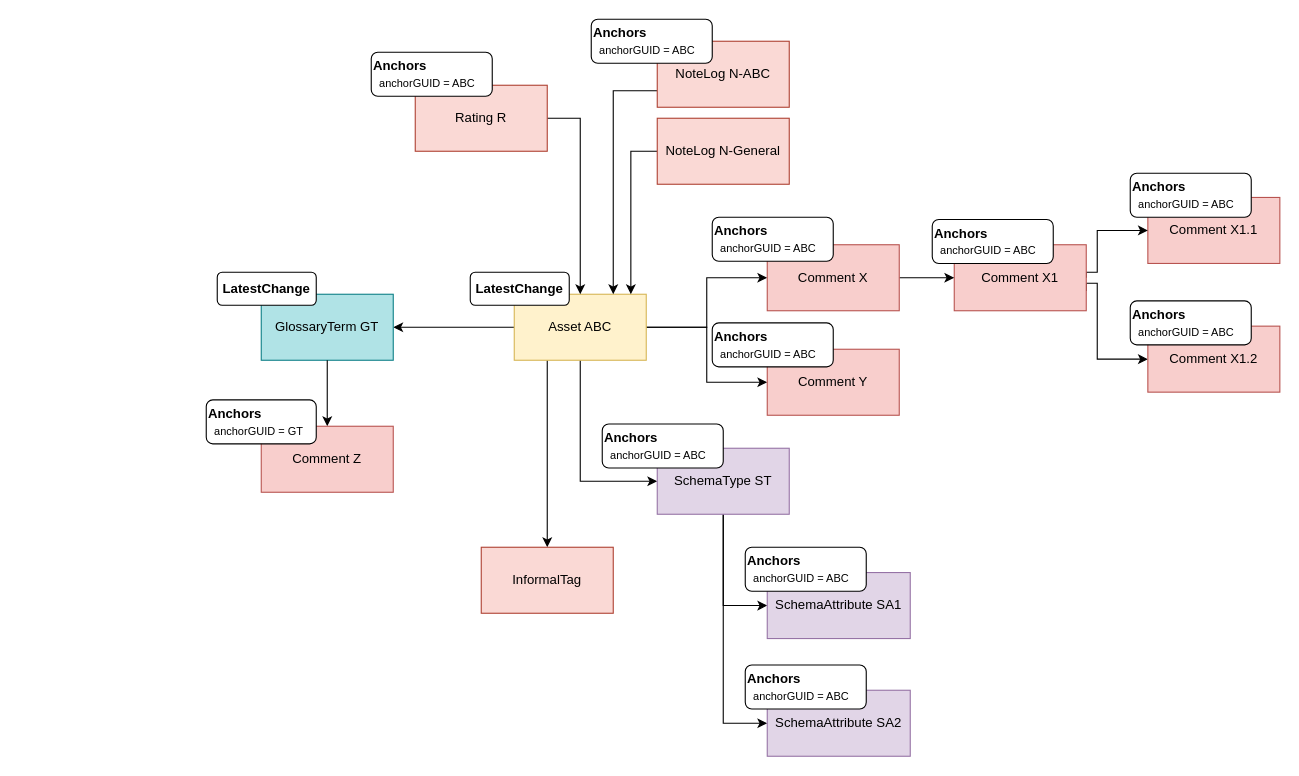
Earlier version of the draw.io diagram page "anchors-classifications-on-attached-objects" (2 of 6) of site/docs/features/anchor-management/anchor-management.drawio (odpi/egeria-docs). Source tidied: cells renumbered, new cells numbered last; positions are measured from the earlier drawing's top-left corner, leaving out a move shared by most shapes. Both pictures are drawn from the tidied source at 110%, with x=0, y=0 at pixel (206, 19).
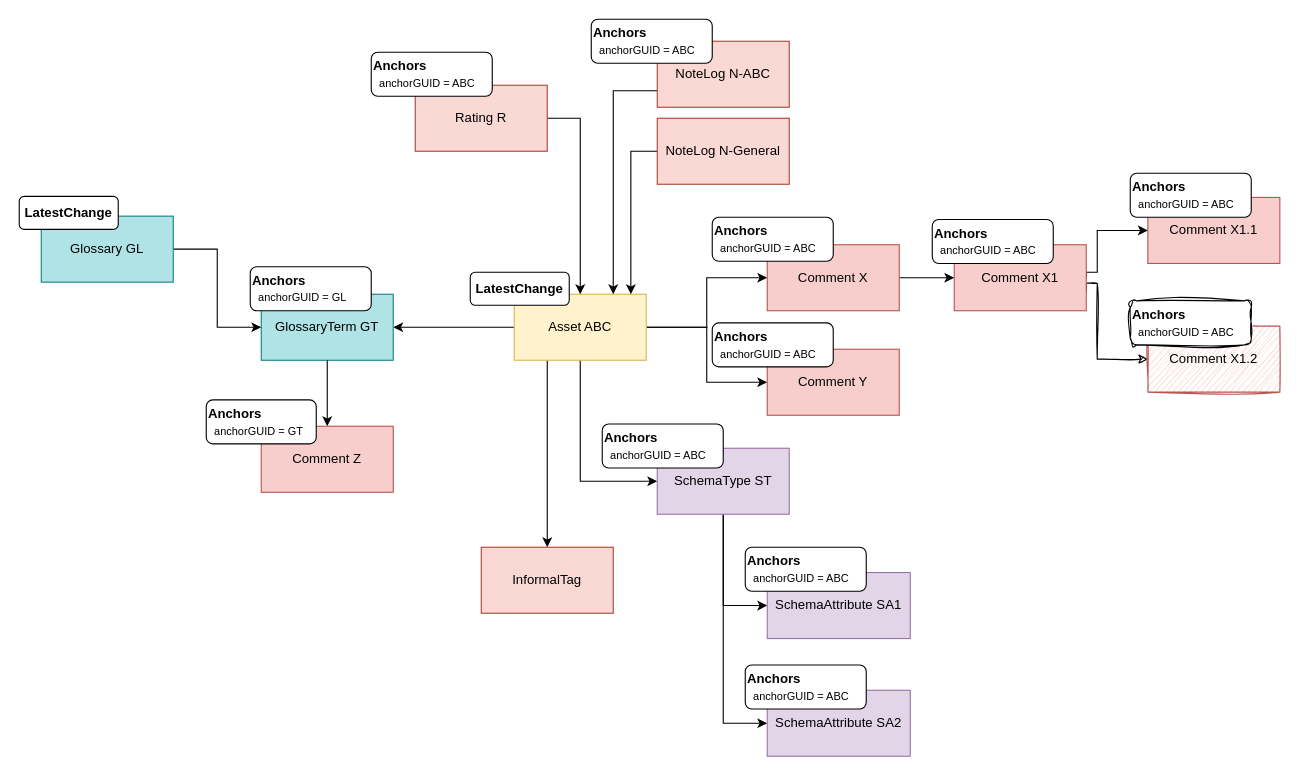
Above is the later version.

The change refers to these unchanged cells:
```xml
<mxCell id="25" value="GlossaryTerm GT" style="rounded=0;whiteSpace=wrap;html=1;fillColor=#b0e3e6;strokeColor=#0e8088;" parent="1" vertex="1">
  <mxGeometry x="50" y="250" width="120" height="60" as="geometry" />
</mxCell>
```

The edit, as a diff of the source:
```diff
@@
-    <mxCell id="16" style="edgeStyle=orthogonalEdgeStyle;rounded=0;jettySize=auto;html=1;exitX=1;exitY=0.5;exitDx=0;exitDy=0;entryX=0;entryY=0.5;entryDx=0;entryDy=0;" parent="1" edge="1" target="20">
+    <mxCell id="16" style="edgeStyle=orthogonalEdgeStyle;rounded=0;jettySize=auto;html=1;exitX=1;exitY=0.5;exitDx=0;exitDy=0;entryX=0;entryY=0.5;entryDx=0;entryDy=0;sketch=1;curveFitting=1;jiggle=2;" parent="1" edge="1" target="20">
       <mxGeometry relative="1" as="geometry">
         <mxPoint x="800" y="247" as="sourcePoint" />
         <Array as="points">
           <mxPoint x="800" y="240" />
           <mxPoint x="810" y="240" />
           <mxPoint x="810" y="309" />
         </Array>
       </mxGeometry>
     </mxCell>
@@
-    <mxCell id="20" value="Comment X1.2" style="rounded=0;whiteSpace=wrap;html=1;fillColor=#f8cecc;strokeColor=#b85450;" parent="1" vertex="1">
+    <mxCell id="20" value="Comment X1.2" style="rounded=0;whiteSpace=wrap;html=1;fillColor=#f8cecc;strokeColor=#b85450;sketch=1;curveFitting=1;jiggle=2;" parent="1" vertex="1">
       <mxGeometry x="856" y="279" width="120" height="60" as="geometry" />
     </mxCell>
@@
-    <mxCell id="26" value="LatestChange" style="rounded=1;whiteSpace=wrap;html=1;fontStyle=1;" parent="1" vertex="1">
-      <mxGeometry x="10" y="230" width="90" height="30" as="geometry" />
-    </mxCell>
@@
-    <mxCell id="43" value="&lt;b&gt;Anchors&lt;/b&gt;&lt;br&gt;&lt;font style=&quot;font-size: 10px&quot;&gt;&amp;nbsp; anchorGUID = ABC&lt;/font&gt;" style="rounded=1;whiteSpace=wrap;html=1;align=left;" parent="1" vertex="1">
+    <mxCell id="43" value="&lt;b&gt;Anchors&lt;/b&gt;&lt;br&gt;&lt;font style=&quot;font-size: 10px&quot;&gt;&amp;nbsp; anchorGUID = ABC&lt;/font&gt;" style="rounded=1;whiteSpace=wrap;html=1;align=left;sketch=1;curveFitting=1;jiggle=2;" parent="1" vertex="1">
       <mxGeometry x="840" y="256" width="110" height="40" as="geometry" />
     </mxCell>
+    <mxCell id="44" style="edgeStyle=orthogonalEdgeStyle;rounded=0;jettySize=auto;html=1;entryX=0;entryY=0.5;entryDx=0;entryDy=0;" parent="1" edge="1" source="45" target="25">
+      <mxGeometry relative="1" as="geometry" />
+    </mxCell>
+    <mxCell id="45" value="Glossary GL" style="rounded=0;whiteSpace=wrap;html=1;fillColor=#b0e3e6;strokeColor=#0e8088;" parent="1" vertex="1">
+      <mxGeometry x="-150" y="179" width="120" height="60" as="geometry" />
+    </mxCell>
+    <mxCell id="46" value="&lt;b&gt;Anchors&lt;/b&gt;&lt;br&gt;&lt;font style=&quot;font-size: 10px&quot;&gt;&amp;nbsp; anchorGUID = GL&lt;/font&gt;" style="rounded=1;whiteSpace=wrap;html=1;align=left;" parent="1" vertex="1">
+      <mxGeometry x="40" y="225" width="110" height="40" as="geometry" />
+    </mxCell>
+    <mxCell id="26" value="LatestChange" style="rounded=1;whiteSpace=wrap;html=1;fontStyle=1;" parent="1" vertex="1">
+      <mxGeometry x="-170" y="161" width="90" height="30" as="geometry" />
+    </mxCell>
```
